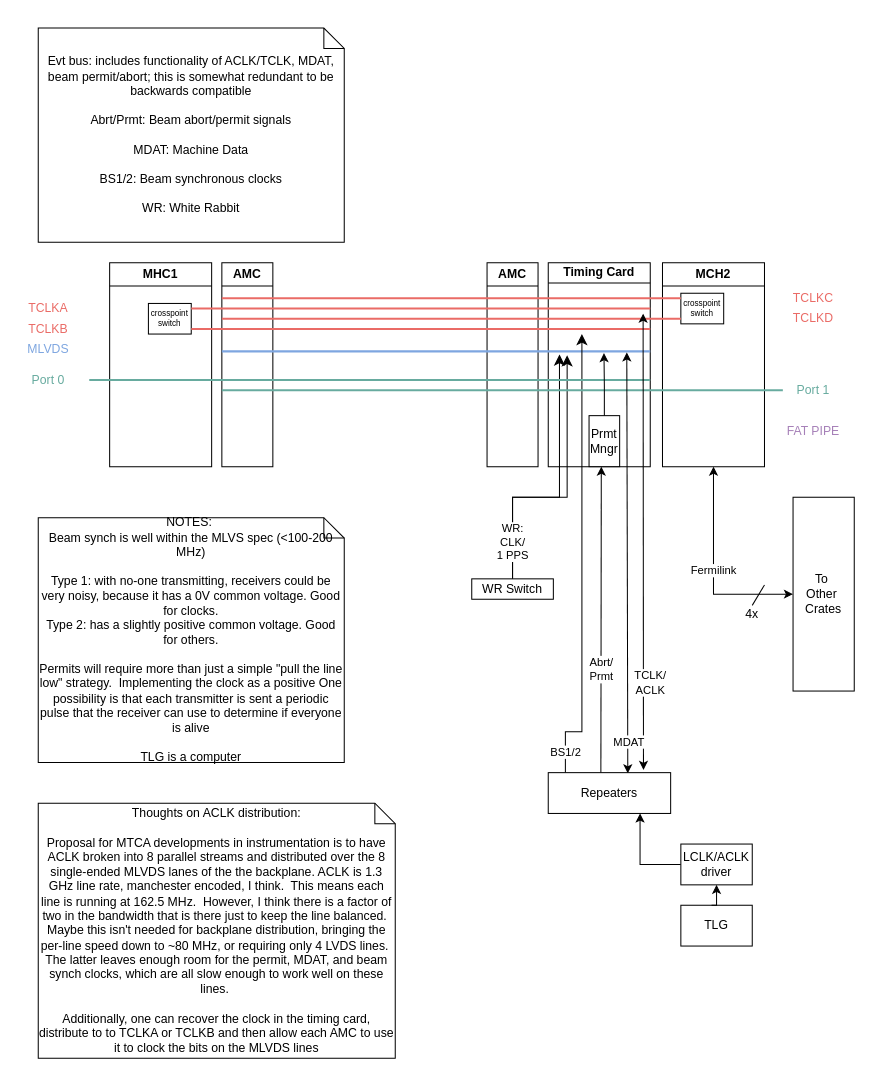
Earlier version of the draw.io diagram ACORN_DAC_timing.drawio (awhitbeck/drawio). Source tidied: cells renumbered, new cells numbered last; positions are measured from the earlier drawing's top-left corner, leaving out a move shared by most shapes. Both pictures are drawn from the tidied source at 102%, with x=0, y=0 at pixel (17, 28).
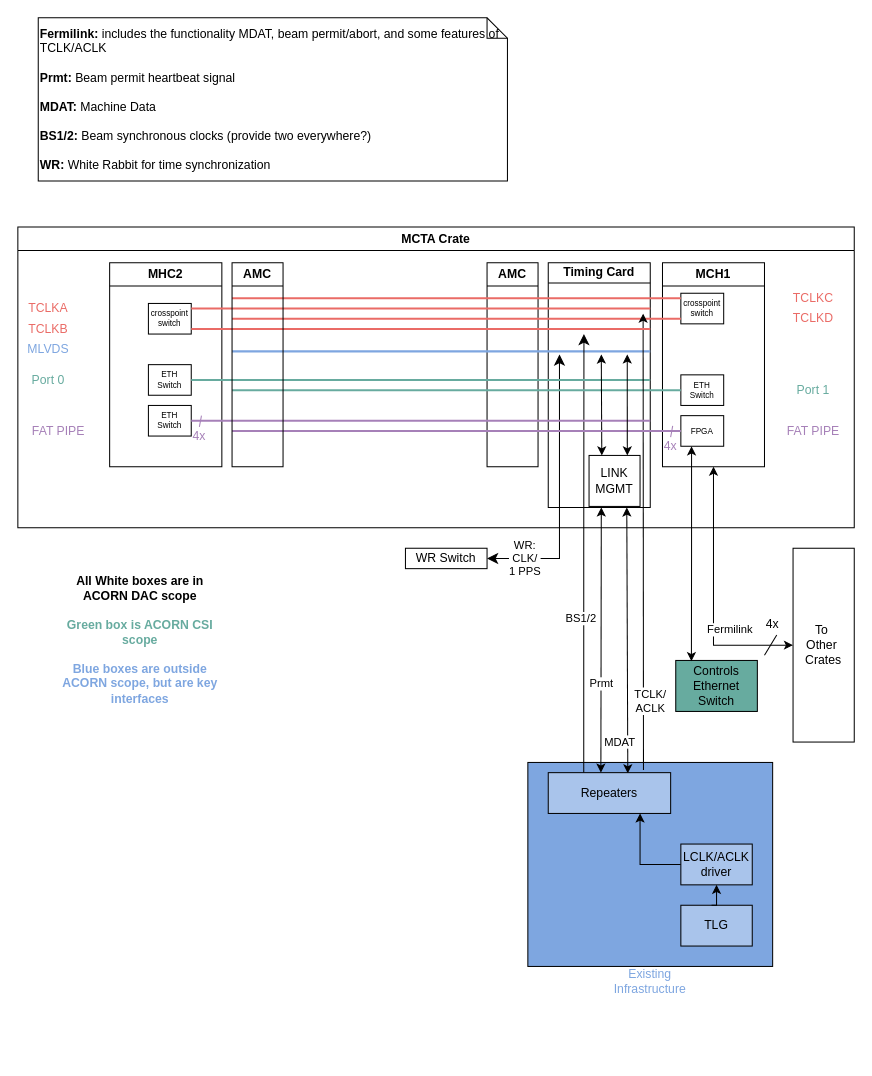
The same page after the edit.

The edit, as a diff of the source:
```diff
@@
+    <mxCell id="45" style="rounded=0;whiteSpace=wrap;html=1;labelBackgroundColor=none;fillColor=#7EA6E0;" parent="1" vertex="1">
+      <mxGeometry x="500" y="720" width="240" height="200" as="geometry" />
+    </mxCell>
-    <mxCell id="2" value="MCH2" style="swimlane;whiteSpace=wrap;html=1;" parent="1" vertex="1">
+    <mxCell id="2" value="MCH1" style="swimlane;whiteSpace=wrap;html=1;" parent="1" vertex="1">
       <mxGeometry x="632" y="230" width="100" height="200" as="geometry" />
     </mxCell>
@@
+    <mxCell id="46" value="ETH&lt;br&gt;Switch" style="rounded=0;whiteSpace=wrap;html=1;align=center;fontSize=8;" parent="2" vertex="1">
+      <mxGeometry x="18" y="110" width="42" height="30" as="geometry" />
+    </mxCell>
+    <mxCell id="47" style="endArrow=none;html=1;rounded=0;strokeColor=#A680B8;" parent="2" edge="1">
+      <mxGeometry relative="1" as="geometry">
+        <mxPoint x="8" y="171" as="sourcePoint" />
+        <mxPoint x="10" y="160" as="targetPoint" />
+      </mxGeometry>
+    </mxCell>
+    <mxCell id="48" value="&lt;font color=&quot;#a680b8&quot;&gt;4x&lt;/font&gt;" style="text;html=1;align=center;verticalAlign=middle;whiteSpace=wrap;rounded=0;strokeColor=none;" parent="2" vertex="1">
+      <mxGeometry x="-22" y="165" width="60" height="30" as="geometry" />
+    </mxCell>
+    <mxCell id="49" value="FPGA" style="rounded=0;whiteSpace=wrap;html=1;align=center;fontSize=8;" parent="2" vertex="1">
+      <mxGeometry x="18" y="150" width="42" height="30" as="geometry" />
+    </mxCell>
     <mxCell id="4" value="Timing Card" style="swimlane;whiteSpace=wrap;html=1;startSize=20;" parent="1" vertex="1">
-      <mxGeometry x="520" y="230" width="100" height="200" as="geometry" />
+      <mxGeometry x="520" y="230" width="100" height="240" as="geometry" />
     </mxCell>
-    <mxCell id="5" value="Prmt&lt;br&gt;Mngr" style="rounded=0;whiteSpace=wrap;html=1;" parent="4" vertex="1">
-      <mxGeometry x="40" y="150" width="30" height="50" as="geometry" />
+    <mxCell id="5" value="LINK MGMT" style="rounded=0;whiteSpace=wrap;html=1;" parent="4" vertex="1">
+      <mxGeometry x="40" y="189" width="50" height="50" as="geometry" />
     </mxCell>
-    <mxCell id="6" value="MHC1" style="swimlane;whiteSpace=wrap;html=1;" parent="1" vertex="1">
-      <mxGeometry x="90" y="230" width="100" height="200" as="geometry" />
+    <mxCell id="6" value="MHC2" style="swimlane;whiteSpace=wrap;html=1;" parent="1" vertex="1">
+      <mxGeometry x="90" y="230" width="110" height="200" as="geometry" />
     </mxCell>
@@
-    <mxCell id="8" style="edgeStyle=elbowEdgeStyle;elbow=vertical;endArrow=classic;html=1;curved=0;rounded=0;endSize=8;startSize=8;exitX=0.5;exitY=0;exitDx=0;exitDy=0;entryX=0.806;entryY=0.89;entryDx=0;entryDy=0;entryPerimeter=0;" parent="1" edge="1" target="20">
-      <mxGeometry x="-0.73" relative="1" as="geometry">
-        <mxPoint x="485" y="540" as="sourcePoint" />
-        <Array as="points">
-          <mxPoint x="520" y="460" />
-        </Array>
-      </mxGeometry>
-    </mxCell>
+    <mxCell id="50" value="ETH&lt;br&gt;Switch" style="rounded=0;whiteSpace=wrap;html=1;align=center;fontSize=8;" parent="6" vertex="1">
+      <mxGeometry x="38" y="100" width="42" height="30" as="geometry" />
+    </mxCell>
+    <mxCell id="51" style="endArrow=none;html=1;rounded=0;strokeColor=#A680B8;" parent="6" edge="1">
+      <mxGeometry relative="1" as="geometry">
+        <mxPoint x="88" y="161" as="sourcePoint" />
+        <mxPoint x="90" y="150" as="targetPoint" />
+      </mxGeometry>
+    </mxCell>
+    <mxCell id="52" value="&lt;font color=&quot;#a680b8&quot;&gt;4x&lt;/font&gt;" style="text;html=1;align=center;verticalAlign=middle;whiteSpace=wrap;rounded=0;strokeColor=none;" parent="6" vertex="1">
+      <mxGeometry x="58" y="155" width="60" height="30" as="geometry" />
+    </mxCell>
+    <mxCell id="53" value="ETH&lt;br&gt;Switch" style="rounded=0;whiteSpace=wrap;html=1;align=center;fontSize=8;" parent="6" vertex="1">
+      <mxGeometry x="38" y="140" width="42" height="30" as="geometry" />
+    </mxCell>
@@
-    <mxCell id="10" value="AMC" style="swimlane;whiteSpace=wrap;html=1;" parent="1" vertex="1">
-      <mxGeometry x="200" y="230" width="50" height="200" as="geometry" />
-    </mxCell>
-    <mxCell id="11" style="line;strokeWidth=2;html=1;strokeColor=#EA6B66;" parent="10" vertex="1">
-      <mxGeometry x="-30" y="40" width="450" height="10" as="geometry" />
-    </mxCell>
-    <mxCell id="12" value="Evt bus: includes functionality of ACLK/TCLK, MDAT, beam permit/abort; this is somewhat redundant to be backwards compatible&lt;br&gt;&lt;br&gt;Abrt/Prmt: Beam abort/permit signals&lt;br&gt;&lt;br&gt;MDAT: Machine Data&lt;br&gt;&lt;br&gt;BS1/2: Beam synchronous clocks&lt;br&gt;&lt;br&gt;WR: White Rabbit" style="shape=note;size=20;whiteSpace=wrap;html=1;" parent="1" vertex="1">
-      <mxGeometry x="20" width="300" height="210" as="geometry" />
+    <mxCell id="12" value="&lt;b&gt;Fermilink:&lt;/b&gt; includes the functionality MDAT, beam permit/abort, and some features of&amp;nbsp;&lt;br&gt;TCLK/ACLK&lt;div&gt;&lt;br&gt;&lt;b&gt;Prmt:&lt;/b&gt; Beam permit heartbeat signal&lt;br&gt;&lt;br&gt;&lt;b&gt;MDAT:&lt;/b&gt; Machine Data&lt;br&gt;&lt;br&gt;&lt;b&gt;BS1/2:&lt;/b&gt; Beam synchronous clocks (provide two everywhere?)&lt;br&gt;&lt;br&gt;&lt;b&gt;WR:&lt;/b&gt; White Rabbit for time synchronization&lt;/div&gt;" style="shape=note;size=20;whiteSpace=wrap;html=1;align=left;" parent="1" vertex="1">
+      <mxGeometry x="20" y="-10" width="460" height="160" as="geometry" />
     </mxCell>
@@
-    <mxCell id="14" style="line;strokeWidth=2;html=1;strokeColor=#EA6B66;" parent="1" vertex="1">
-      <mxGeometry x="170" y="290" width="450" height="10" as="geometry" />
-    </mxCell>
@@
     <mxCell id="16" style="line;strokeWidth=2;html=1;strokeColor=#EA6B66;" parent="1" vertex="1">
-      <mxGeometry x="200" y="280" width="450" height="10" as="geometry" />
+      <mxGeometry x="210" y="280" width="440" height="10" as="geometry" />
     </mxCell>
     <mxCell id="17" style="line;strokeWidth=2;html=1;strokeColor=#EA6B66;" parent="1" vertex="1">
-      <mxGeometry x="200" y="260" width="450" height="10" as="geometry" />
+      <mxGeometry x="210" y="260" width="440" height="10" as="geometry" />
     </mxCell>
@@
     <mxCell id="20" style="line;strokeWidth=2;html=1;strokeColor=#7EA6E0;fontColor=#7EA6E0;" parent="1" vertex="1">
-      <mxGeometry x="200" y="312" width="420" height="10" as="geometry" />
+      <mxGeometry x="210" y="312" width="410" height="10" as="geometry" />
     </mxCell>
-    <mxCell id="21" value="Abrt/&lt;br&gt;Prmt" style="endArrow=classic;html=1;rounded=0;exitX=0.43;exitY=0;exitDx=0;exitDy=0;exitPerimeter=0;" parent="1" edge="1" source="32">
+    <mxCell id="21" value="Prmt" style="endArrow=classic;html=1;rounded=0;exitX=0.43;exitY=0;exitDx=0;exitDy=0;exitPerimeter=0;startArrow=classic;startFill=1;" parent="1" edge="1" source="32">
       <mxGeometry x="-0.33" relative="1" as="geometry">
-        <mxPoint x="572" y="430" as="targetPoint" />
+        <mxPoint x="572" y="470" as="targetPoint" />
       </mxGeometry>
     </mxCell>
-    <mxCell id="22" value="WR: &lt;br&gt;CLK/&lt;br&gt;1 PPS" style="edgeStyle=elbowEdgeStyle;elbow=vertical;endArrow=classic;html=1;curved=0;rounded=0;endSize=8;startSize=8;exitX=0.5;exitY=0;exitDx=0;exitDy=0;" parent="1" edge="1" source="31">
+    <mxCell id="22" value="WR: &lt;br&gt;CLK/&lt;br&gt;1 PPS" style="edgeStyle=elbowEdgeStyle;elbow=vertical;endArrow=classic;html=1;curved=0;rounded=0;endSize=8;startSize=8;exitX=1;exitY=0.5;exitDx=0;exitDy=0;startArrow=classic;startFill=1;" parent="1" edge="1" source="31">
       <mxGeometry x="-0.73" relative="1" as="geometry">
         <mxPoint x="531" y="320" as="targetPoint" />
         <Array as="points">
-          <mxPoint x="520" y="460" />
+          <mxPoint x="510" y="520" />
         </Array>
       </mxGeometry>
     </mxCell>
-    <mxCell id="23" value="BS1/2" style="edgeStyle=elbowEdgeStyle;elbow=vertical;endArrow=classic;html=1;curved=0;rounded=0;endSize=8;startSize=8;exitX=0.14;exitY=0;exitDx=0;exitDy=0;exitPerimeter=0;" parent="1" edge="1" source="32">
-      <mxGeometry x="-0.91" relative="1" as="geometry">
-        <mxPoint x="553" y="300" as="targetPoint" />
-        <Array as="points">
-          <mxPoint x="550" y="690" />
-        </Array>
+    <mxCell id="23" value="BS1/2" style="edgeStyle=elbowEdgeStyle;elbow=vertical;endArrow=classic;html=1;curved=0;rounded=0;endSize=8;startSize=8;exitX=0.29;exitY=0;exitDx=0;exitDy=0;exitPerimeter=0;" parent="1" edge="1" source="32">
+      <mxGeometry x="-0.3" y="3" relative="1" as="geometry">
+        <mxPoint x="555" y="300" as="targetPoint" />
       </mxGeometry>
     </mxCell>
     <mxCell id="24" style="line;strokeWidth=2;html=1;strokeColor=#67AB9F;" parent="1" vertex="1">
-      <mxGeometry x="70" y="340" width="550" height="10" as="geometry" />
+      <mxGeometry x="170" y="340" width="450" height="10" as="geometry" />
     </mxCell>
     <mxCell id="25" style="line;strokeWidth=2;html=1;strokeColor=#67AB9F;" parent="1" vertex="1">
-      <mxGeometry x="200" y="350" width="550" height="10" as="geometry" />
+      <mxGeometry x="210" y="350" width="440" height="10" as="geometry" />
     </mxCell>
@@
-    <mxCell id="28" value="TCLK/&lt;br&gt;ACLK" style="endArrow=classic;html=1;rounded=0;exitX=0.778;exitY=-0.067;exitDx=0;exitDy=0;exitPerimeter=0;startArrow=classic;startFill=1;" parent="1" edge="1" source="32">
-      <mxGeometry x="-0.62" y="-7" relative="1" as="geometry">
+    <mxCell id="28" value="TCLK/&lt;br&gt;ACLK" style="endArrow=classic;html=1;rounded=0;exitX=0.778;exitY=-0.067;exitDx=0;exitDy=0;exitPerimeter=0;startArrow=none;startFill=0;" parent="1" edge="1" source="32">
+      <mxGeometry x="-0.7" y="-7" relative="1" as="geometry">
         <mxPoint x="613" y="280" as="targetPoint" />
       </mxGeometry>
     </mxCell>
-    <mxCell id="29" value="MDAT" style="endArrow=classic;html=1;rounded=0;entryX=0.902;entryY=0.7;entryDx=0;entryDy=0;entryPerimeter=0;exitX=0.65;exitY=0.017;exitDx=0;exitDy=0;exitPerimeter=0;startArrow=classic;startFill=1;" parent="1" edge="1" source="32">
-      <mxGeometry x="-0.85" y="-1" relative="1" as="geometry">
-        <mxPoint x="597" y="318" as="targetPoint" />
+    <mxCell id="29" value="MDAT" style="endArrow=classic;html=1;rounded=0;exitX=0.65;exitY=0.017;exitDx=0;exitDy=0;exitPerimeter=0;startArrow=classic;startFill=1;" parent="1" edge="1" source="32">
+      <mxGeometry x="-0.76" y="8" relative="1" as="geometry">
+        <mxPoint x="597" y="470" as="targetPoint" />
       </mxGeometry>
     </mxCell>
@@
     <mxCell id="31" value="WR Switch" style="rounded=0;whiteSpace=wrap;html=1;" parent="1" vertex="1">
-      <mxGeometry x="445" y="540" width="80" height="20" as="geometry" />
+      <mxGeometry x="380" y="510" width="80" height="20" as="geometry" />
     </mxCell>
-    <mxCell id="32" value="Repeaters" style="rounded=0;whiteSpace=wrap;html=1;points=[[0,0,0,0,0],[0,0.25,0,0,0],[0,0.5,0,0,0],[0,0.75,0,0,0],[0,1,0,0,0],[0.14,0,0,0,0],[0.25,1,0,0,0],[0.29,0,0,0,0],[0.43,0,0,0,0],[0.5,1,0,0,0],[0.57,0,0,0,0],[0.71,0,0,0,0],[0.75,1,0,0,0],[0.86,0,0,0,0],[1,0,0,0,0],[1,0.25,0,0,0],[1,0.5,0,0,0],[1,0.75,0,0,0],[1,1,0,0,0]];" parent="1" vertex="1">
+    <mxCell id="32" value="Repeaters" style="rounded=0;whiteSpace=wrap;html=1;points=[[0,0,0,0,0],[0,0.25,0,0,0],[0,0.5,0,0,0],[0,0.75,0,0,0],[0,1,0,0,0],[0.14,0,0,0,0],[0.25,1,0,0,0],[0.29,0,0,0,0],[0.43,0,0,0,0],[0.5,1,0,0,0],[0.57,0,0,0,0],[0.71,0,0,0,0],[0.75,1,0,0,0],[0.86,0,0,0,0],[1,0,0,0,0],[1,0.25,0,0,0],[1,0.5,0,0,0],[1,0.75,0,0,0],[1,1,0,0,0]];fillColor=#A9C4EB;" parent="1" vertex="1">
       <mxGeometry x="520" y="730" width="120" height="40" as="geometry" />
     </mxCell>
-    <mxCell id="33" value="NOTES:&amp;nbsp;&lt;br&gt;Beam synch is well within the MLVS spec (&amp;lt;100-200 MHz)&lt;br&gt;&lt;br&gt;Type 1: with no-one transmitting, receivers could be very noisy, because it has a 0V common voltage. Good for clocks.&lt;br&gt;Type 2: has a slightly positive common voltage. Good for others.&lt;br&gt;&lt;br&gt;Permits will require more than just a simple &quot;pull the line low&quot; strategy.&amp;nbsp; Implementing the clock as a positive One possibility is that each transmitter is sent a periodic pulse that the receiver can use to determine if everyone is alive&lt;br&gt;&lt;br&gt;TLG is a computer" style="shape=note;size=20;whiteSpace=wrap;html=1;" parent="1" vertex="1">
-      <mxGeometry x="20" y="480" width="300" height="240" as="geometry" />
-    </mxCell>
-    <mxCell id="34" value="TLG" style="rounded=0;whiteSpace=wrap;html=1;points=[[0,0,0,0,0],[0,0.25,0,0,0],[0,0.5,0,0,0],[0,0.75,0,0,0],[0,1,0,0,0],[0.14,0,0,0,0],[0.25,1,0,0,0],[0.29,0,0,0,0],[0.43,0,0,0,0],[0.5,1,0,0,0],[0.57,0,0,0,0],[0.71,0,0,0,0],[0.75,1,0,0,0],[0.86,0,0,0,0],[1,0,0,0,0],[1,0.25,0,0,0],[1,0.5,0,0,0],[1,0.75,0,0,0],[1,1,0,0,0]];" parent="1" vertex="1">
+    <mxCell id="34" value="TLG" style="rounded=0;whiteSpace=wrap;html=1;points=[[0,0,0,0,0],[0,0.25,0,0,0],[0,0.5,0,0,0],[0,0.75,0,0,0],[0,1,0,0,0],[0.14,0,0,0,0],[0.25,1,0,0,0],[0.29,0,0,0,0],[0.43,0,0,0,0],[0.5,1,0,0,0],[0.57,0,0,0,0],[0.71,0,0,0,0],[0.75,1,0,0,0],[0.86,0,0,0,0],[1,0,0,0,0],[1,0.25,0,0,0],[1,0.5,0,0,0],[1,0.75,0,0,0],[1,1,0,0,0]];fillColor=#A9C4EB;" parent="1" vertex="1">
       <mxGeometry x="650" y="860" width="70" height="40" as="geometry" />
     </mxCell>
@@
-    <mxCell id="36" value="LCLK/ACLK&lt;br&gt;driver" style="rounded=0;whiteSpace=wrap;html=1;points=[[0,0,0,0,0],[0,0.25,0,0,0],[0,0.5,0,0,0],[0,0.75,0,0,0],[0,1,0,0,0],[0.14,0,0,0,0],[0.25,1,0,0,0],[0.29,0,0,0,0],[0.43,0,0,0,0],[0.5,1,0,0,0],[0.57,0,0,0,0],[0.71,0,0,0,0],[0.75,1,0,0,0],[0.86,0,0,0,0],[1,0,0,0,0],[1,0.25,0,0,0],[1,0.5,0,0,0],[1,0.75,0,0,0],[1,1,0,0,0]];" parent="1" vertex="1">
+    <mxCell id="36" value="LCLK/ACLK&lt;br&gt;driver" style="rounded=0;whiteSpace=wrap;html=1;points=[[0,0,0,0,0],[0,0.25,0,0,0],[0,0.5,0,0,0],[0,0.75,0,0,0],[0,1,0,0,0],[0.14,0,0,0,0],[0.25,1,0,0,0],[0.29,0,0,0,0],[0.43,0,0,0,0],[0.5,1,0,0,0],[0.57,0,0,0,0],[0.71,0,0,0,0],[0.75,1,0,0,0],[0.86,0,0,0,0],[1,0,0,0,0],[1,0.25,0,0,0],[1,0.5,0,0,0],[1,0.75,0,0,0],[1,1,0,0,0]];fillColor=#A9C4EB;" parent="1" vertex="1">
       <mxGeometry x="650" y="800" width="70" height="40" as="geometry" />
     </mxCell>
@@
-    <mxCell id="39" value="Thoughts on ACLK distribution:&lt;br&gt;&lt;div&gt;&lt;br&gt;&lt;/div&gt;&lt;div&gt;Proposal for MTCA developments in instrumentation is to have ACLK broken into 8 parallel streams and distributed over the 8 single-ended MLVDS lanes of the the backplane. ACLK is 1.3 GHz line rate, manchester encoded, I think.&amp;nbsp; This means each line is running at 162.5 MHz.&amp;nbsp; However, I think there is a factor of two in the bandwidth that is there just to keep the line balanced.&amp;nbsp; Maybe this isn't needed for backplane distribution, bringing the per-line speed down to ~80 MHz, or requiring only 4 LVDS lines.&amp;nbsp; The latter leaves enough room for the permit, MDAT, and beam synch clocks, which are all slow enough to work well on these lines.&amp;nbsp;&lt;br&gt;&lt;br&gt;Additionally, one can recover the clock in the timing card, distribute to to TCLKA or TCLKB and then allow each AMC to use it to clock the bits on the MLVDS lines&lt;/div&gt;" style="shape=note;size=20;whiteSpace=wrap;html=1;" parent="1" vertex="1">
-      <mxGeometry x="20" y="760" width="350" height="250" as="geometry" />
-    </mxCell>
-    <mxCell id="40" style="edgeStyle=orthogonalEdgeStyle;rounded=0;jettySize=auto;html=1;exitX=0.5;exitY=0;exitDx=0;exitDy=0;entryX=0.892;entryY=0.667;entryDx=0;entryDy=0;entryPerimeter=0;" parent="1" edge="1" source="5" target="20">
-      <mxGeometry relative="1" as="geometry" />
+    <mxCell id="40" style="edgeStyle=orthogonalEdgeStyle;rounded=0;jettySize=auto;html=1;exitX=0.25;exitY=0;exitDx=0;exitDy=0;startArrow=classic;startFill=1;" parent="1" edge="1" source="5">
+      <mxGeometry relative="1" as="geometry">
+        <mxPoint x="572" y="320" as="targetPoint" />
+      </mxGeometry>
     </mxCell>
     <mxCell id="41" value="To&amp;nbsp;&lt;br&gt;Other&amp;nbsp;&lt;br&gt;Crates" style="rounded=0;whiteSpace=wrap;html=1;points=[[0,0,0,0,0],[0,0.25,0,0,0],[0,0.5,0,0,0],[0,0.75,0,0,0],[0,1,0,0,0],[0.14,0,0,0,0],[0.25,1,0,0,0],[0.29,0,0,0,0],[0.43,0,0,0,0],[0.5,1,0,0,0],[0.57,0,0,0,0],[0.71,0,0,0,0],[0.75,1,0,0,0],[0.86,0,0,0,0],[1,0,0,0,0],[1,0.25,0,0,0],[1,0.5,0,0,0],[1,0.75,0,0,0],[1,1,0,0,0]];" parent="1" vertex="1">
-      <mxGeometry x="760" y="460" width="60" height="190" as="geometry" />
+      <mxGeometry x="760" y="510" width="60" height="190" as="geometry" />
     </mxCell>
     <mxCell id="42" value="Fermilink" style="edgeStyle=orthogonalEdgeStyle;rounded=0;jettySize=auto;html=1;exitX=0.5;exitY=1;exitDx=0;exitDy=0;entryX=0;entryY=0.5;entryDx=0;entryDy=0;entryPerimeter=0;startArrow=classic;startFill=1;" parent="1" edge="1" source="2" target="41">
-      <mxGeometry relative="1" as="geometry" />
+      <mxGeometry x="0.51" y="15" relative="1" as="geometry" />
     </mxCell>
-    <mxCell id="43" style="endArrow=none;html=1;rounded=0;" parent="1" edge="1">
-      <mxGeometry relative="1" as="geometry">
-        <mxPoint x="720" y="566" as="sourcePoint" />
-        <mxPoint x="732" y="546" as="targetPoint" />
-      </mxGeometry>
-    </mxCell>
+    <mxCell id="54" value="FAT PIPE" style="text;html=1;strokeColor=none;fillColor=none;align=center;verticalAlign=middle;whiteSpace=wrap;rounded=0;fontColor=#A680B8;" parent="1" vertex="1">
+      <mxGeometry x="10" y="380" width="60" height="30" as="geometry" />
+    </mxCell>
+    <mxCell id="55" style="line;strokeWidth=2;html=1;strokeColor=#A680B8;" parent="1" vertex="1">
+      <mxGeometry x="170" y="380" width="450" height="10" as="geometry" />
+    </mxCell>
+    <mxCell id="56" style="line;strokeWidth=2;html=1;strokeColor=#A680B8;" parent="1" vertex="1">
+      <mxGeometry x="210" y="390" width="440" height="10" as="geometry" />
+    </mxCell>
+    <mxCell id="57" style="edgeStyle=orthogonalEdgeStyle;rounded=0;jettySize=auto;html=1;exitX=0.75;exitY=0;exitDx=0;exitDy=0;entryX=0.945;entryY=0.8;entryDx=0;entryDy=0;entryPerimeter=0;startArrow=classic;startFill=1;" parent="1" edge="1" source="5" target="20">
+      <mxGeometry relative="1" as="geometry" />
+    </mxCell>
+    <mxCell id="58" style="endArrow=none;html=1;rounded=0;" parent="1" edge="1">
+      <mxGeometry relative="1" as="geometry">
+        <mxPoint x="732" y="615" as="sourcePoint" />
+        <mxPoint x="744" y="595" as="targetPoint" />
+      </mxGeometry>
+    </mxCell>
     <mxCell id="44" value="4x" style="text;html=1;align=center;verticalAlign=middle;whiteSpace=wrap;rounded=0;" parent="1" vertex="1">
-      <mxGeometry x="690" y="560" width="60" height="30" as="geometry" />
+      <mxGeometry x="710" y="570" width="60" height="30" as="geometry" />
     </mxCell>
+    <mxCell id="14" style="line;strokeWidth=2;html=1;strokeColor=#EA6B66;" parent="1" vertex="1">
+      <mxGeometry x="170" y="290" width="450" height="10" as="geometry" />
+    </mxCell>
+    <mxCell id="59" style="line;strokeWidth=2;html=1;strokeColor=#EA6B66;" parent="1" vertex="1">
+      <mxGeometry x="170" y="270" width="450" height="10" as="geometry" />
+    </mxCell>
+    <mxCell id="10" value="AMC" style="swimlane;whiteSpace=wrap;html=1;" parent="1" vertex="1">
+      <mxGeometry x="210" y="230" width="50" height="200" as="geometry" />
+    </mxCell>
+    <mxCell id="60" value="&lt;font color=&quot;#7ea6e0&quot;&gt;Existing Infrastructure&lt;/font&gt;" style="text;html=1;align=center;verticalAlign=middle;whiteSpace=wrap;rounded=0;" parent="1" vertex="1">
+      <mxGeometry x="590" y="920" width="60" height="30" as="geometry" />
+    </mxCell>
+    <mxCell id="61" value="Controls&lt;div&gt;Ethernet&lt;br&gt;Switch&lt;/div&gt;" style="rounded=0;whiteSpace=wrap;html=1;fillColor=#67AB9F;" parent="1" vertex="1">
+      <mxGeometry x="645" y="620" width="80" height="50" as="geometry" />
+    </mxCell>
+    <mxCell id="62" value="MCTA Crate" style="swimlane;whiteSpace=wrap;html=1;" parent="1" vertex="1">
+      <mxGeometry y="195" width="820" height="295" as="geometry" />
+    </mxCell>
+    <mxCell id="63" style="edgeStyle=orthogonalEdgeStyle;rounded=0;jettySize=auto;html=1;exitX=0.25;exitY=1;exitDx=0;exitDy=0;startArrow=classic;startFill=1;entryX=0.192;entryY=0.016;entryDx=0;entryDy=0;entryPerimeter=0;" parent="1" edge="1" source="49" target="61">
+      <mxGeometry x="1" y="10" relative="1" as="geometry">
+        <mxPoint x="-10" y="10" as="offset" />
+      </mxGeometry>
+    </mxCell>
+    <mxCell id="64" value="&lt;b&gt;All White boxes are in ACORN DAC scope&lt;br&gt;&lt;br&gt;&lt;font color=&quot;#67ab9f&quot;&gt;Green box is ACORN CSI scope&lt;/font&gt;&lt;/b&gt;&lt;div&gt;&lt;b&gt;&lt;br&gt;&lt;/b&gt;&lt;/div&gt;&lt;div&gt;&lt;font color=&quot;#7ea6e0&quot;&gt;&lt;b&gt;Blue boxes are outside ACORN scope, but are key interfaces&lt;/b&gt;&lt;/font&gt;&lt;/div&gt;" style="text;html=1;align=center;verticalAlign=middle;whiteSpace=wrap;rounded=0;" parent="1" vertex="1">
+      <mxGeometry x="40" y="530" width="160" height="140" as="geometry" />
+    </mxCell>
```
